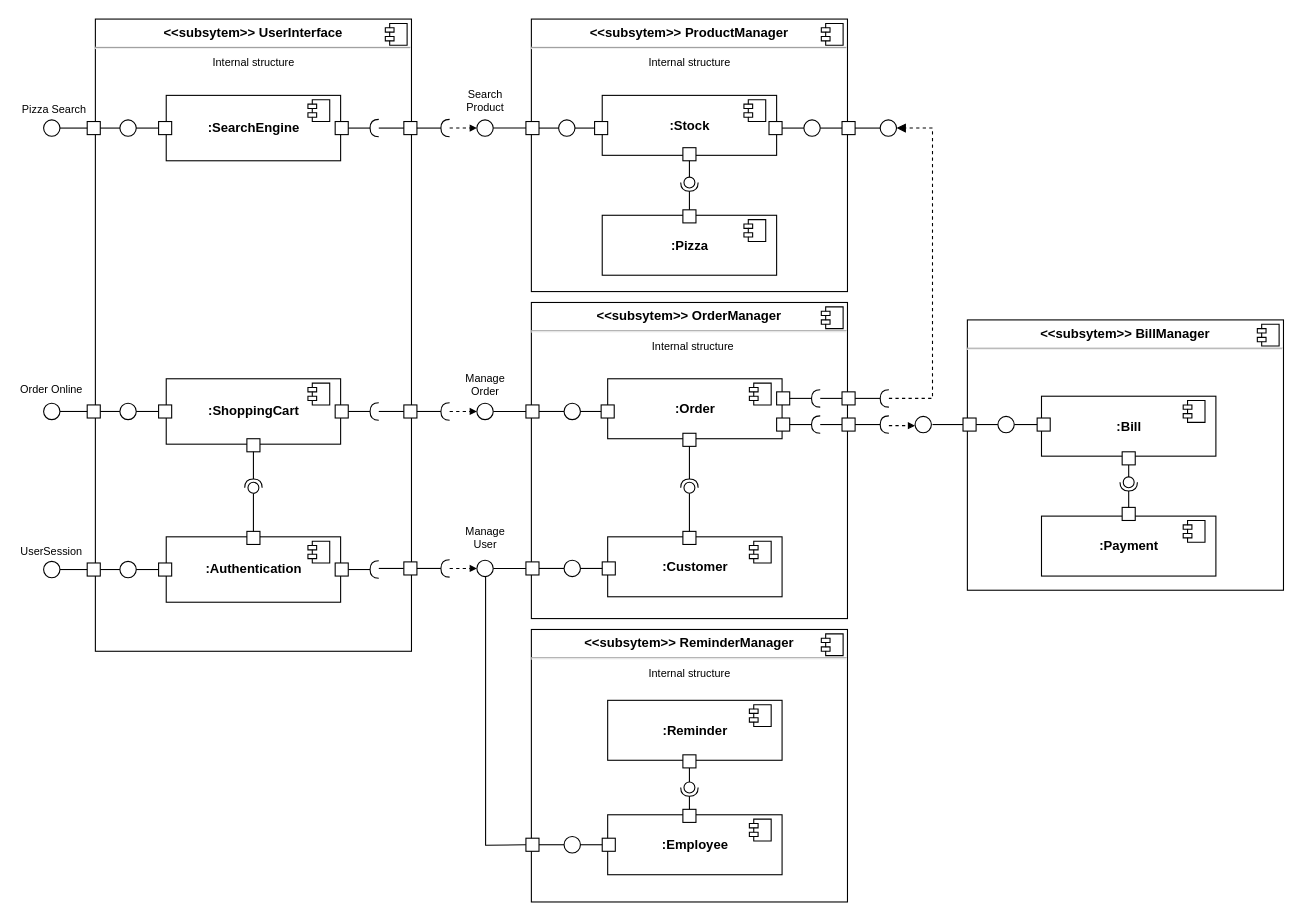
The draw.io diagram Diagrammes/diagramme_composant.drawio in Eidocode/OC_Project6, before the edit. Source tidied: cells renumbered, new cells numbered last; positions are measured from the earlier drawing's top-left corner, leaving out a move shared by most shapes. Both pictures are drawn from the tidied source at 109%, with x=0, y=0 at pixel (19, 19).
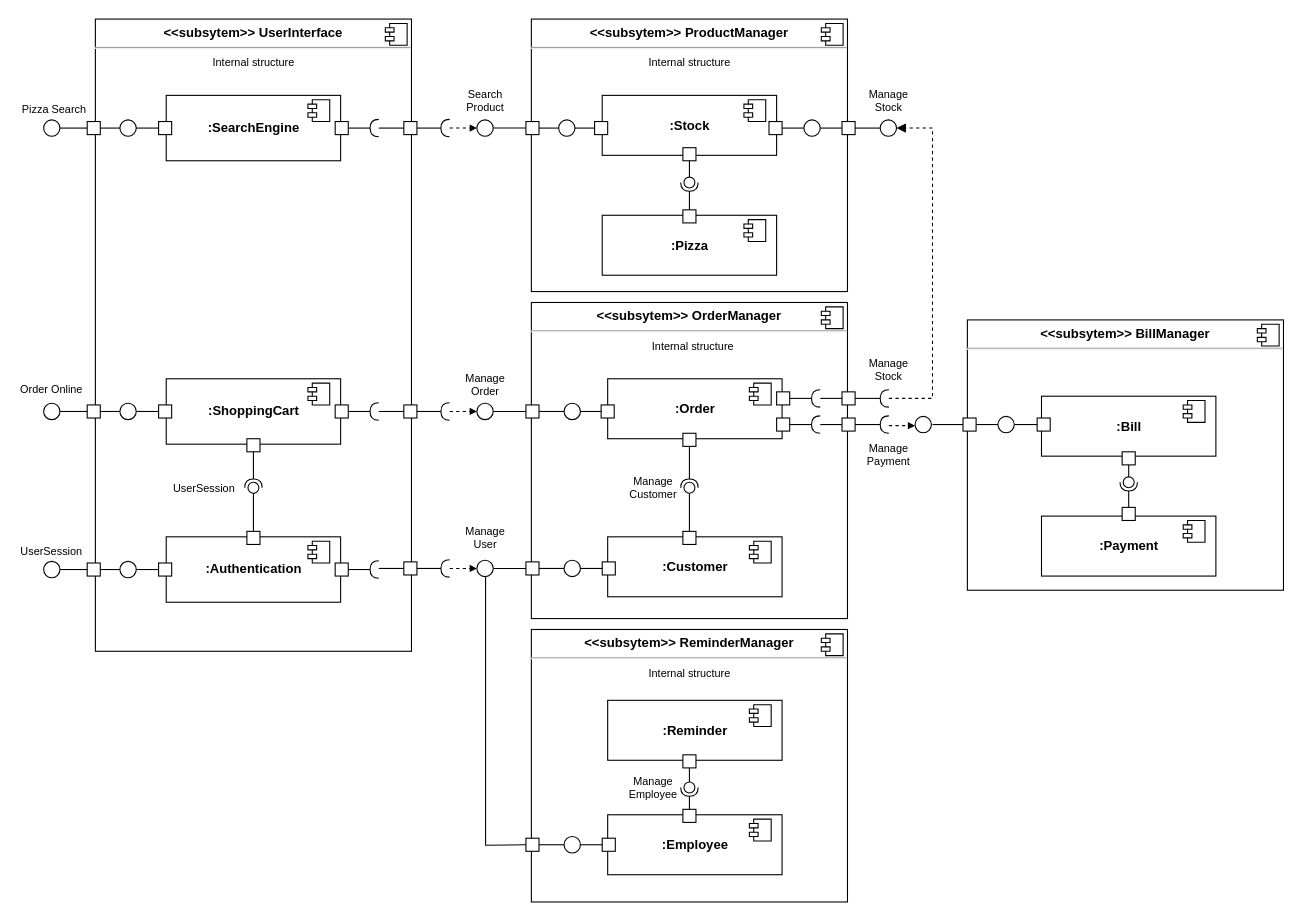
Above is the later version.

Commit message:
Modified component diagram

The edit, as a diff of the source:
```diff
@@
+    <mxCell id="161" value="Manage&lt;br&gt;Stock" style="text;html=1;strokeColor=none;fillColor=none;align=center;verticalAlign=middle;whiteSpace=wrap;rounded=0;shadow=0;glass=0;sketch=0;fontSize=10;" parent="1" vertex="1">
+      <mxGeometry x="777.5" y="65" width="40" height="20" as="geometry" />
+    </mxCell>
+    <mxCell id="162" value="Manage&lt;br&gt;Stock" style="text;html=1;strokeColor=none;fillColor=none;align=center;verticalAlign=middle;whiteSpace=wrap;rounded=0;shadow=0;glass=0;sketch=0;fontSize=10;" parent="1" vertex="1">
+      <mxGeometry x="777.5" y="312" width="40" height="20" as="geometry" />
+    </mxCell>
+    <mxCell id="163" value="Manage&lt;br&gt;Customer" style="text;html=1;strokeColor=none;fillColor=none;align=center;verticalAlign=middle;whiteSpace=wrap;rounded=0;shadow=0;glass=0;sketch=0;fontSize=10;" parent="1" vertex="1">
+      <mxGeometry x="562" y="420" width="40" height="20" as="geometry" />
+    </mxCell>
+    <mxCell id="164" value="Manage&lt;br&gt;Employee" style="text;html=1;strokeColor=none;fillColor=none;align=center;verticalAlign=middle;whiteSpace=wrap;rounded=0;shadow=0;glass=0;sketch=0;fontSize=10;" parent="1" vertex="1">
+      <mxGeometry x="562" y="695" width="40" height="20" as="geometry" />
+    </mxCell>
+    <mxCell id="165" value="UserSession" style="text;html=1;strokeColor=none;fillColor=none;align=center;verticalAlign=middle;whiteSpace=wrap;rounded=0;shadow=0;glass=0;sketch=0;fontSize=10;" parent="1" vertex="1">
+      <mxGeometry x="150" y="420" width="40" height="20" as="geometry" />
+    </mxCell>
+    <mxCell id="166" value="Manage&lt;br&gt;Payment" style="text;html=1;strokeColor=none;fillColor=none;align=center;verticalAlign=middle;whiteSpace=wrap;rounded=0;shadow=0;glass=0;sketch=0;fontSize=10;" parent="1" vertex="1">
+      <mxGeometry x="777.5" y="390" width="40" height="20" as="geometry" />
+    </mxCell>
```
